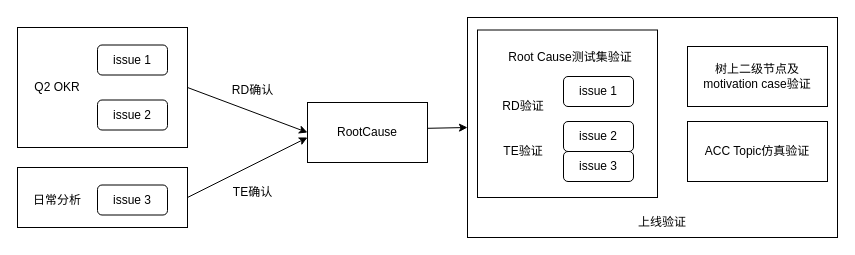
The draw.io diagram 未命名绘图.drawio in lm0130/helloworld, before the edit. Source tidied: cells renumbered, new cells numbered last; positions are measured from the earlier drawing's top-left corner, leaving out a move shared by most shapes. Both pictures are drawn from the tidied source at 100%, with x=0, y=0 at pixel (17, 17).
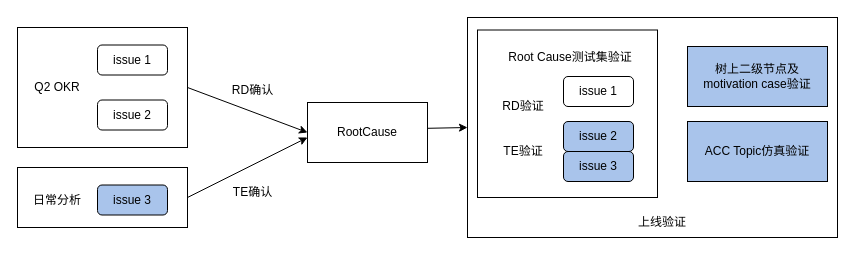
After the change.

Commit message:
更新未命名绘图.drawio

The edit, as a diff of the source:
```diff
@@
-    <mxCell id="7" value="issue 3" style="rounded=1;whiteSpace=wrap;html=1;" parent="1" vertex="1">
+    <mxCell id="7" value="issue 3" style="rounded=1;whiteSpace=wrap;html=1;fillColor=#A9C4EB;" parent="1" vertex="1">
       <mxGeometry x="80" y="167.5" width="70" height="30" as="geometry" />
     </mxCell>
@@
-    <mxCell id="17" value="issue 2" style="rounded=1;whiteSpace=wrap;html=1;" parent="1" vertex="1">
+    <mxCell id="17" value="issue 2" style="rounded=1;whiteSpace=wrap;html=1;fillColor=#A9C4EB;" parent="1" vertex="1">
       <mxGeometry x="546" y="104" width="70" height="30" as="geometry" />
     </mxCell>
-    <mxCell id="18" value="issue 3" style="rounded=1;whiteSpace=wrap;html=1;" parent="1" vertex="1">
+    <mxCell id="18" value="issue 3" style="rounded=1;whiteSpace=wrap;html=1;fillColor=#A9C4EB;" parent="1" vertex="1">
       <mxGeometry x="546" y="134" width="70" height="30" as="geometry" />
     </mxCell>
@@
-    <mxCell id="22" value="树上二级节点及motivation case验证" style="rounded=0;whiteSpace=wrap;html=1;" parent="1" vertex="1">
+    <mxCell id="22" value="树上二级节点及motivation case验证" style="rounded=0;whiteSpace=wrap;html=1;fillColor=#A9C4EB;" parent="1" vertex="1">
       <mxGeometry x="670" y="29" width="140" height="60" as="geometry" />
     </mxCell>
-    <mxCell id="23" value="ACC Topic仿真验证" style="rounded=0;whiteSpace=wrap;html=1;" parent="1" vertex="1">
+    <mxCell id="23" value="ACC Topic仿真验证" style="rounded=0;whiteSpace=wrap;html=1;fillColor=#A9C4EB;" parent="1" vertex="1">
       <mxGeometry x="670" y="104" width="140" height="60" as="geometry" />
     </mxCell>
```
